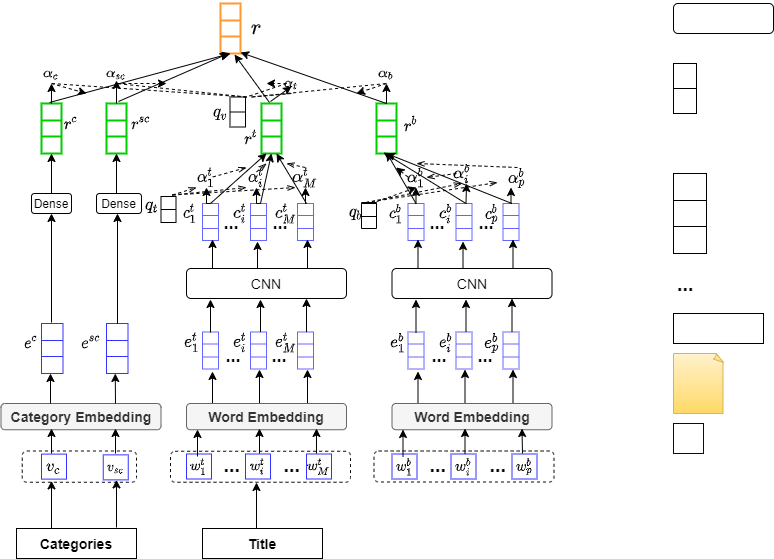
The draw.io diagram MAML.png in Karry-Eva/PapersNotes, before a commit. Source tidied: cells renumbered, new cells last; positions are measured from the earlier drawing's top-left corner, leaving out a move shared by most shapes.
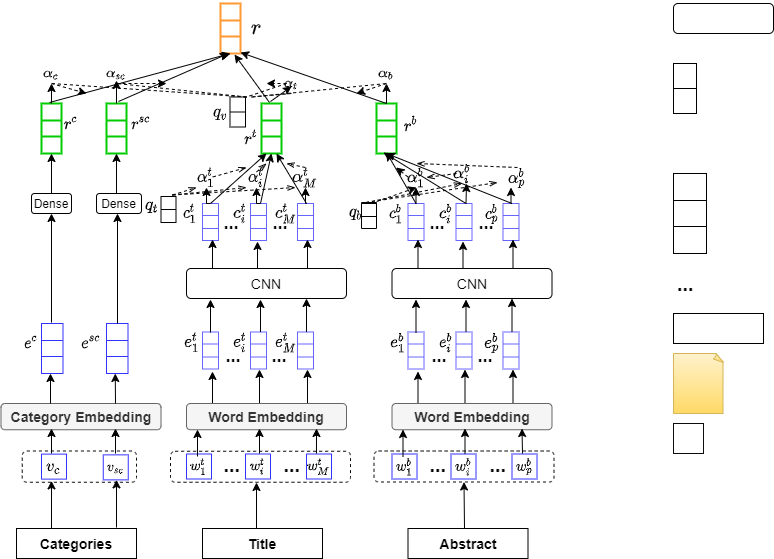
Later version of the same file.

What changed in the source:
```diff
@@ -1033,5 +1033,13 @@
         <mxPoint x="416" y="184" as="targetPoint" />
       </mxGeometry>
     </mxCell>
+    <mxCell id="307" style="edgeStyle=none;rounded=0;jettySize=auto;html=1;entryX=0.5;entryY=1;entryDx=0;entryDy=0;endArrow=classic;endFill=1;" parent="1" edge="1" target="219">
+      <mxGeometry relative="1" as="geometry">
+        <mxPoint x="464" y="525" as="sourcePoint" />
+      </mxGeometry>
+    </mxCell>
+    <mxCell id="308" value="&lt;span style=&quot;font-size: 14px&quot;&gt;&lt;b&gt;Abstract&lt;/b&gt;&lt;/span&gt;" style="text;html=1;fillColor=none;align=center;verticalAlign=middle;whiteSpace=wrap;rounded=0;strokeColor=#000000;" parent="1" vertex="1">
+      <mxGeometry x="407.5" y="525" width="120" height="30" as="geometry" />
+    </mxCell>
   </root>
 </mxGraphModel>
```
